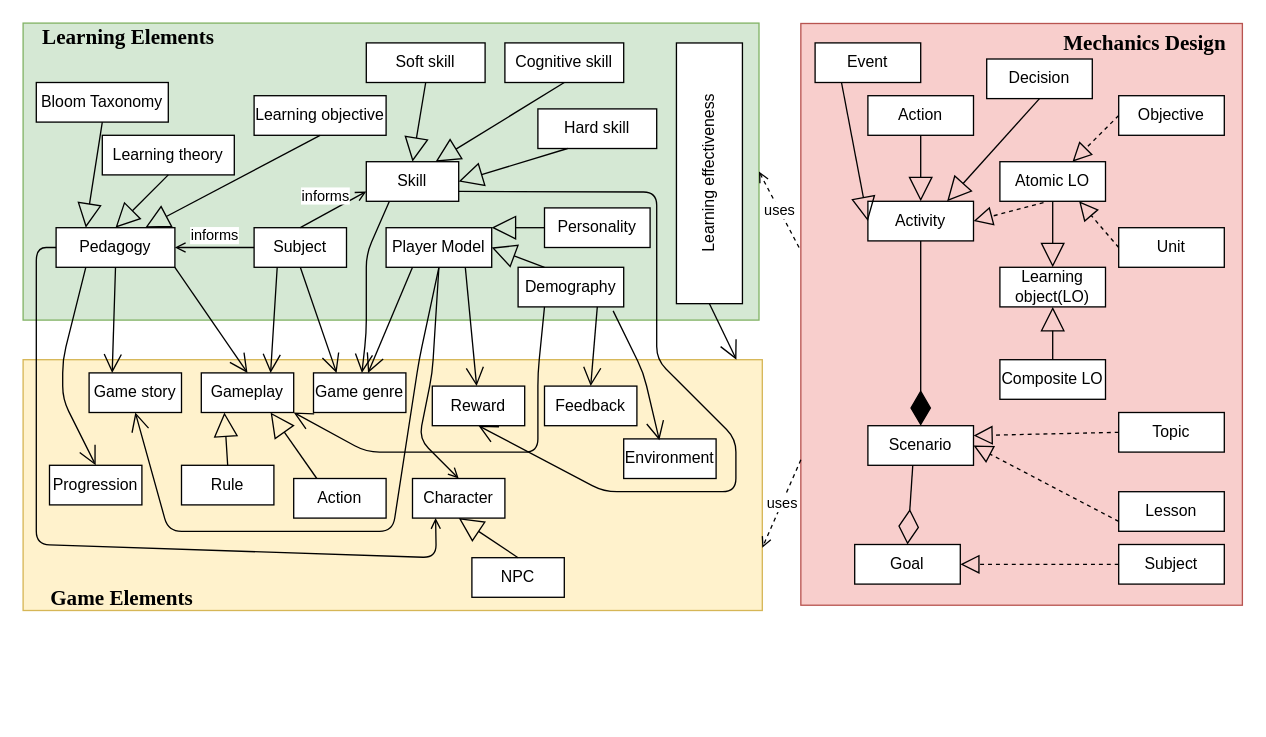
Kibolabs/Diagrams keeps this draw.io diagram as page "TheModel" (1 of 11) of TheModel.drawio. Above is the earlier version. Source tidied: cells renumbered, new cells numbered last; positions are measured from the earlier drawing's top-left corner, leaving out a move shared by most shapes. Both pictures are drawn from the tidied source at 132%, with x=0, y=0 at pixel (22, 22).
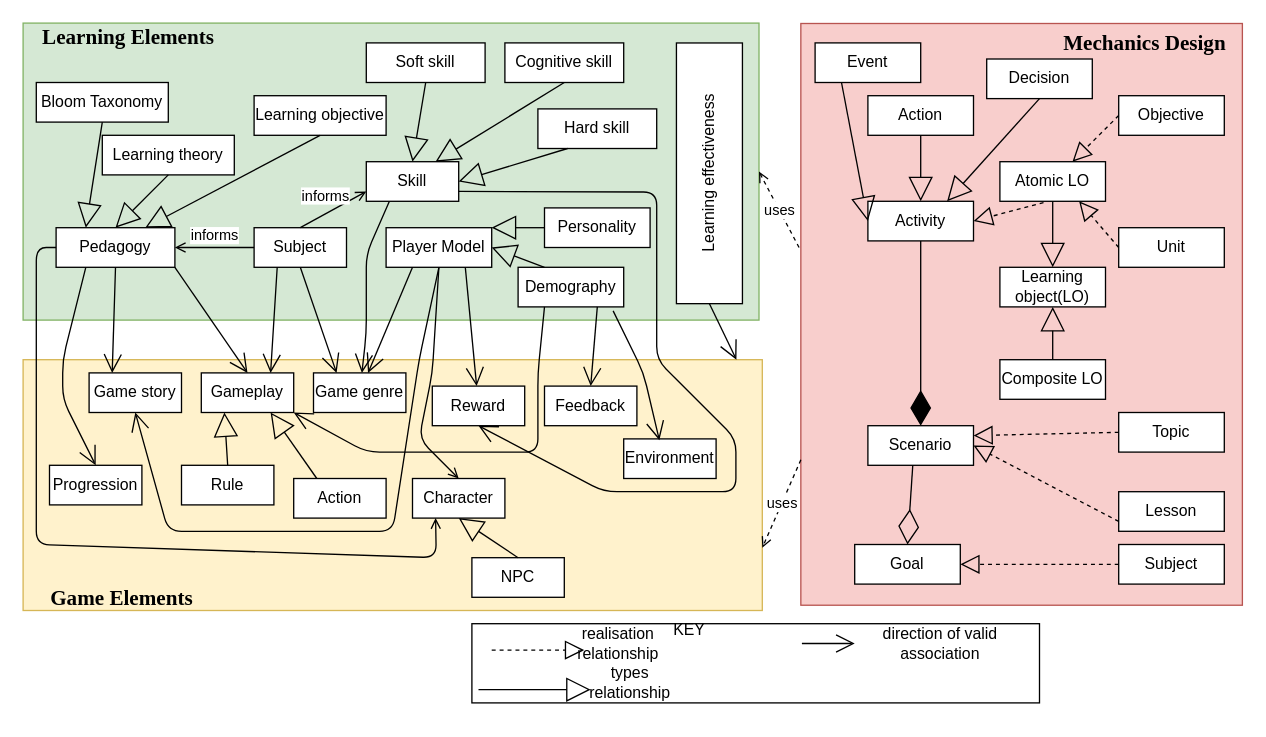
After the change.

What changed in the source:
```diff
@@
+    <mxCell id="90" style="rounded=0;whiteSpace=wrap;html=1;" parent="1" vertex="1">
+      <mxGeometry x="340" y="455" width="430" height="60" as="geometry" />
+    </mxCell>
@@
+    <mxCell id="91" value="KEY" style="text;html=1;strokeColor=none;fillColor=none;align=center;verticalAlign=middle;whiteSpace=wrap;rounded=0;" parent="1" vertex="1">
+      <mxGeometry x="475" y="445" width="60" height="30" as="geometry" />
+    </mxCell>
+    <mxCell id="92" style="endArrow=open;endFill=1;endSize=12;html=1;rounded=0;" parent="1" edge="1" target="94">
+      <mxGeometry relative="1" as="geometry">
+        <mxPoint x="590" y="470" as="sourcePoint" />
+      </mxGeometry>
+    </mxCell>
+    <mxCell id="93" style="endArrow=block;dashed=1;endFill=0;endSize=12;html=1;rounded=0;" parent="1" edge="1">
+      <mxGeometry relative="1" as="geometry">
+        <mxPoint x="355" y="475" as="sourcePoint" />
+        <mxPoint x="425" y="475" as="targetPoint" />
+      </mxGeometry>
+    </mxCell>
+    <mxCell id="94" value="direction of valid association" style="text;html=1;strokeColor=none;fillColor=none;align=center;verticalAlign=middle;whiteSpace=wrap;rounded=0;" parent="1" vertex="1">
+      <mxGeometry x="630" y="455" width="130" height="30" as="geometry" />
+    </mxCell>
+    <mxCell id="95" value="realisation relationship" style="text;html=1;strokeColor=none;fillColor=none;align=center;verticalAlign=middle;whiteSpace=wrap;rounded=0;" parent="1" vertex="1">
+      <mxGeometry x="421.2" y="455" width="60" height="30" as="geometry" />
+    </mxCell>
+    <mxCell id="96" style="endArrow=block;endSize=16;endFill=0;html=1;rounded=0;" parent="1" edge="1">
+      <mxGeometry relative="1" as="geometry">
+        <mxPoint x="345" y="505" as="sourcePoint" />
+        <mxPoint x="430" y="505" as="targetPoint" />
+      </mxGeometry>
+    </mxCell>
+    <mxCell id="97" value="types relationship" style="text;html=1;strokeColor=none;fillColor=none;align=center;verticalAlign=middle;whiteSpace=wrap;rounded=0;" parent="1" vertex="1">
+      <mxGeometry x="430" y="485" width="60" height="30" as="geometry" />
+    </mxCell>
```
